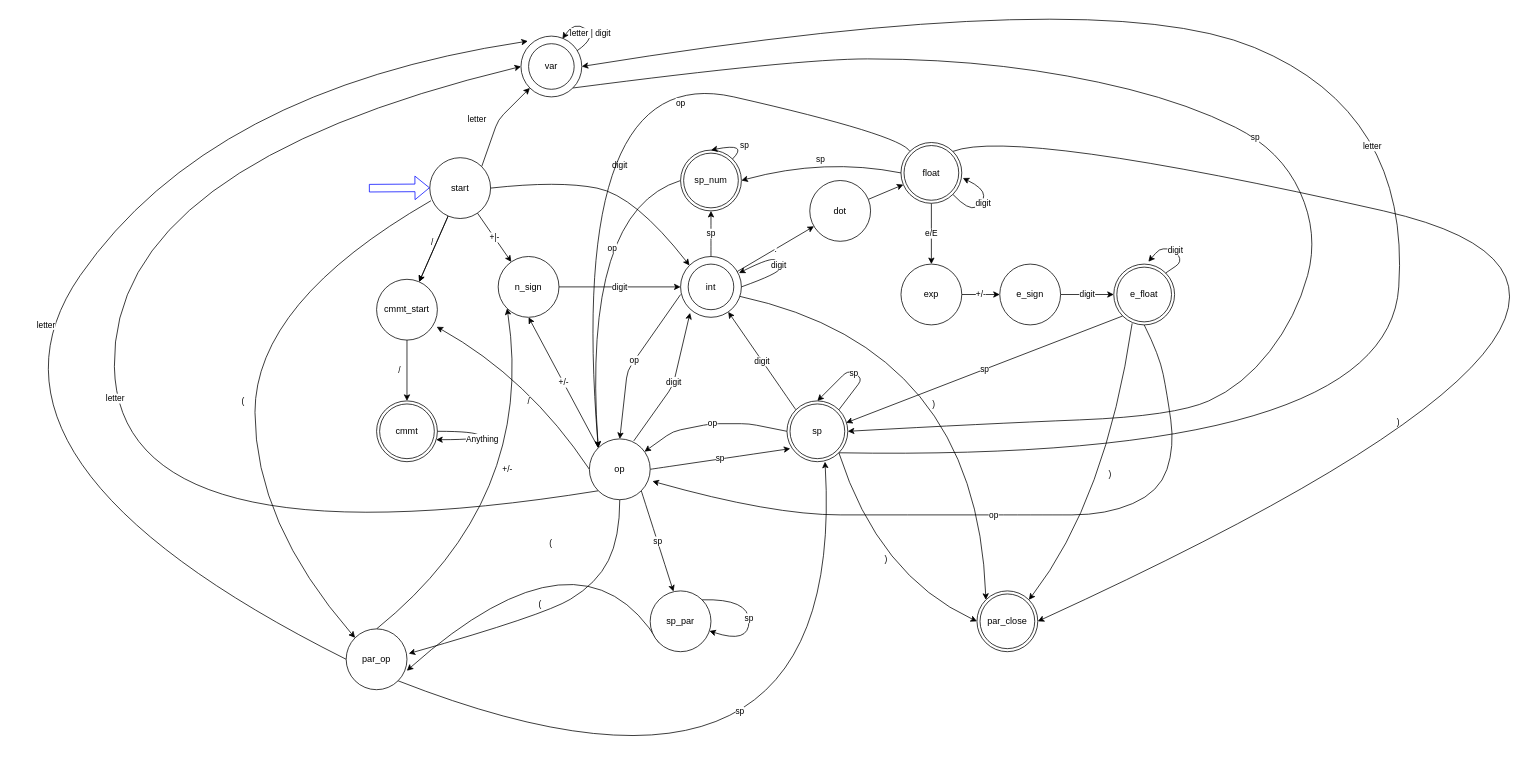
The draw.io diagram actividad_dfa/ejercicio.drawio in Chava27/TC2037_Implementacion_Metodos_Computacionales, before the edit. Source tidied: cells renumbered, new cells numbered last; positions are measured from the earlier drawing's top-left corner, leaving out a move shared by most shapes. Both pictures are drawn from the tidied source at 76%, with x=0, y=0 at pixel (-49, -17).
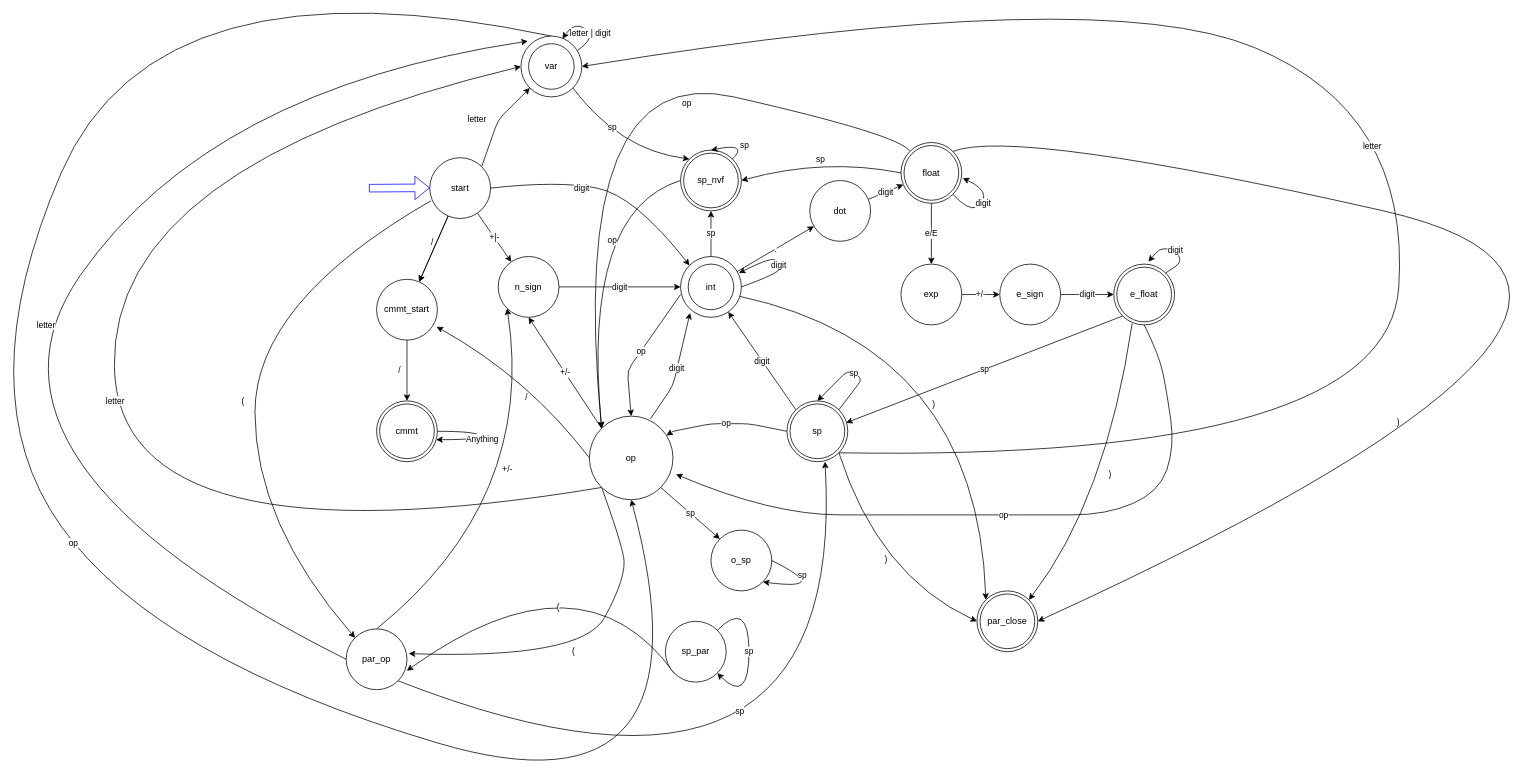
The same page after the edit.

Unchanged cells that the change refers to:
```xml
<mxCell id="6" value="start" style="ellipse;whiteSpace=wrap;html=1;" parent="1" vertex="1">
  <mxGeometry x="630" y="230" width="80" height="80" as="geometry" />
</mxCell>
<mxCell id="8" style="ellipse;whiteSpace=wrap;html=1;" parent="1" vertex="1">
  <mxGeometry x="750" y="70" width="80" height="80" as="geometry" />
</mxCell>
<mxCell id="14" style="ellipse;whiteSpace=wrap;html=1;" parent="1" vertex="1">
  <mxGeometry x="960" y="360" width="80" height="80" as="geometry" />
</mxCell>
<mxCell id="33" value="dot" style="ellipse;whiteSpace=wrap;html=1;" parent="1" vertex="1">
  <mxGeometry x="1130" y="260" width="80" height="80" as="geometry" />
</mxCell>
<mxCell id="43" value="sp" style="ellipse;shape=doubleEllipse;whiteSpace=wrap;html=1;" parent="1" vertex="1">
  <mxGeometry x="1100" y="550" width="80" height="80" as="geometry" />
</mxCell>
<mxCell id="49" value="float" style="ellipse;shape=doubleEllipse;whiteSpace=wrap;html=1;" parent="1" vertex="1">
  <mxGeometry x="1250" y="210" width="80" height="80" as="geometry" />
</mxCell>
<mxCell id="62" value="par_op" style="ellipse;whiteSpace=wrap;html=1;" parent="1" vertex="1">
  <mxGeometry x="520" y="850" width="80" height="80" as="geometry" />
</mxCell>
```

The edit, as a diff of the source:
```diff
@@
-    <mxCell id="7" value="sp" style="edgeStyle=none;html=1;exitX=1;exitY=1;exitDx=0;exitDy=0;entryX=1;entryY=0.5;entryDx=0;entryDy=0;curved=1;" parent="1" edge="1" source="8" target="43">
-      <mxGeometry relative="1" as="geometry">
-        <Array as="points">
-          <mxPoint x="1112" y="100" />
-          <mxPoint x="1300" y="100" />
-          <mxPoint x="1470" y="120" />
-          <mxPoint x="1630" y="160" />
-          <mxPoint x="1750" y="220" />
-          <mxPoint x="1800" y="330" />
-          <mxPoint x="1770" y="440" />
-          <mxPoint x="1700" y="530" />
-          <mxPoint x="1610" y="570" />
-          <mxPoint x="1360" y="580" />
-        </Array>
-      </mxGeometry>
-    </mxCell>
+    <mxCell id="73" value="sp" style="edgeStyle=none;html=1;exitX=1;exitY=1;exitDx=0;exitDy=0;entryX=0;entryY=0;entryDx=0;entryDy=0;curved=1;" parent="1" edge="1" source="8" target="70">
+      <mxGeometry x="-0.26" y="10" relative="1" as="geometry">
+        <Array as="points">
+          <mxPoint x="880" y="220" />
+        </Array>
+      </mxGeometry>
+    </mxCell>
+    <mxCell id="74" value="op" style="edgeStyle=none;curved=1;html=1;exitX=0.5;exitY=0;exitDx=0;exitDy=0;entryX=0.5;entryY=1;entryDx=0;entryDy=0;" parent="1" edge="1" source="8" target="31">
+      <mxGeometry relative="1" as="geometry">
+        <Array as="points">
+          <mxPoint x="270" y="-40" />
+          <mxPoint x="20" y="540" />
+          <mxPoint x="270" y="890" />
+          <mxPoint x="1010" y="1110" />
+        </Array>
+      </mxGeometry>
+    </mxCell>
@@
-    <mxCell id="26" value="(" style="edgeStyle=none;html=1;exitX=0.5;exitY=1;exitDx=0;exitDy=0;entryX=1.029;entryY=0.406;entryDx=0;entryDy=0;curved=1;entryPerimeter=0;" parent="1" edge="1" source="31" target="62">
+    <mxCell id="26" value="(" style="edgeStyle=none;html=1;exitX=0;exitY=1;exitDx=0;exitDy=0;entryX=1.029;entryY=0.406;entryDx=0;entryDy=0;curved=1;entryPerimeter=0;" parent="1" edge="1" source="31" target="62">
       <mxGeometry x="0.02" y="-15" relative="1" as="geometry">
         <Array as="points">
           <mxPoint x="880" y="730" />
-          <mxPoint x="850" y="790" />
-          <mxPoint x="780" y="832" />
+          <mxPoint x="890" y="780" />
+          <mxPoint x="830" y="890" />
         </Array>
       </mxGeometry>
     </mxCell>
@@
-    <mxCell id="28" value="sp" style="edgeStyle=none;curved=1;html=1;exitX=1;exitY=0.5;exitDx=0;exitDy=0;entryX=0.054;entryY=0.785;entryDx=0;entryDy=0;entryPerimeter=0;" parent="1" edge="1" source="31" target="43">
+    <mxCell id="28" value="sp" style="edgeStyle=none;curved=1;html=1;exitX=1;exitY=1;exitDx=0;exitDy=0;entryX=0;entryY=0;entryDx=0;entryDy=0;" parent="1" edge="1" source="31" target="75">
       <mxGeometry relative="1" as="geometry" />
     </mxCell>
@@
-    <mxCell id="30" value="sp" style="edgeStyle=none;curved=1;html=1;exitX=1;exitY=1;exitDx=0;exitDy=0;entryX=0.383;entryY=0.01;entryDx=0;entryDy=0;entryPerimeter=0;" parent="1" edge="1" source="31" target="66">
-      <mxGeometry relative="1" as="geometry" />
-    </mxCell>
     <mxCell id="31" value="op" style="ellipse;whiteSpace=wrap;html=1;" parent="1" vertex="1">
-      <mxGeometry x="840" y="600" width="80" height="80" as="geometry" />
+      <mxGeometry x="840" y="570" width="110" height="110" as="geometry" />
     </mxCell>
-    <mxCell id="32" style="edgeStyle=none;html=1;" parent="1" edge="1" source="33" target="49">
+    <mxCell id="32" value="digit" style="edgeStyle=none;html=1;" parent="1" edge="1" source="33" target="49">
       <mxGeometry relative="1" as="geometry" />
     </mxCell>
@@
     <mxCell id="36" value="digit" style="curved=1;endArrow=classic;html=1;exitX=1;exitY=0.5;exitDx=0;exitDy=0;entryX=0;entryY=0;entryDx=0;entryDy=0;" parent="1" edge="1" source="6" target="14">
-      <mxGeometry x="0.07" y="35" relative="1" as="geometry">
+      <mxGeometry x="-0.21" y="-4" relative="1" as="geometry">
         <Array as="points">
           <mxPoint x="800" y="260" />
           <mxPoint x="900" y="280" />
         </Array>
       </mxGeometry>
     </mxCell>
@@
     <mxCell id="65" value="(" style="edgeStyle=none;curved=1;html=1;exitX=0;exitY=1;exitDx=0;exitDy=0;entryX=0.998;entryY=0.688;entryDx=0;entryDy=0;entryPerimeter=0;" parent="1" edge="1" source="66" target="62">
-      <mxGeometry relative="1" as="geometry">
+      <mxGeometry x="0.14" y="48" relative="1" as="geometry">
         <Array as="points">
-          <mxPoint x="830" y="700" />
+          <mxPoint x="830" y="740" />
         </Array>
       </mxGeometry>
     </mxCell>
     <mxCell id="66" value="sp_par" style="ellipse;whiteSpace=wrap;html=1;" parent="1" vertex="1">
-      <mxGeometry x="920" y="800" width="80" height="80" as="geometry" />
+      <mxGeometry x="940" y="840" width="80" height="80" as="geometry" />
     </mxCell>
@@
-    <mxCell id="70" value="sp_num" style="ellipse;shape=doubleEllipse;whiteSpace=wrap;html=1;" parent="1" vertex="1">
+    <mxCell id="70" value="sp_nvf" style="ellipse;shape=doubleEllipse;whiteSpace=wrap;html=1;" parent="1" vertex="1">
       <mxGeometry x="960" y="220" width="80" height="80" as="geometry" />
     </mxCell>
@@
+    <mxCell id="75" value="o_sp" style="ellipse;whiteSpace=wrap;html=1;" parent="1" vertex="1">
+      <mxGeometry x="1000" y="720" width="80" height="80" as="geometry" />
+    </mxCell>
+    <mxCell id="76" value="sp" style="edgeStyle=none;curved=1;html=1;exitX=1;exitY=0.5;exitDx=0;exitDy=0;entryX=1;entryY=1;entryDx=0;entryDy=0;" parent="1" edge="1" source="75" target="75">
+      <mxGeometry x="-0.51" relative="1" as="geometry">
+        <Array as="points">
+          <mxPoint x="1160" y="800" />
+        </Array>
+      </mxGeometry>
+    </mxCell>
```
